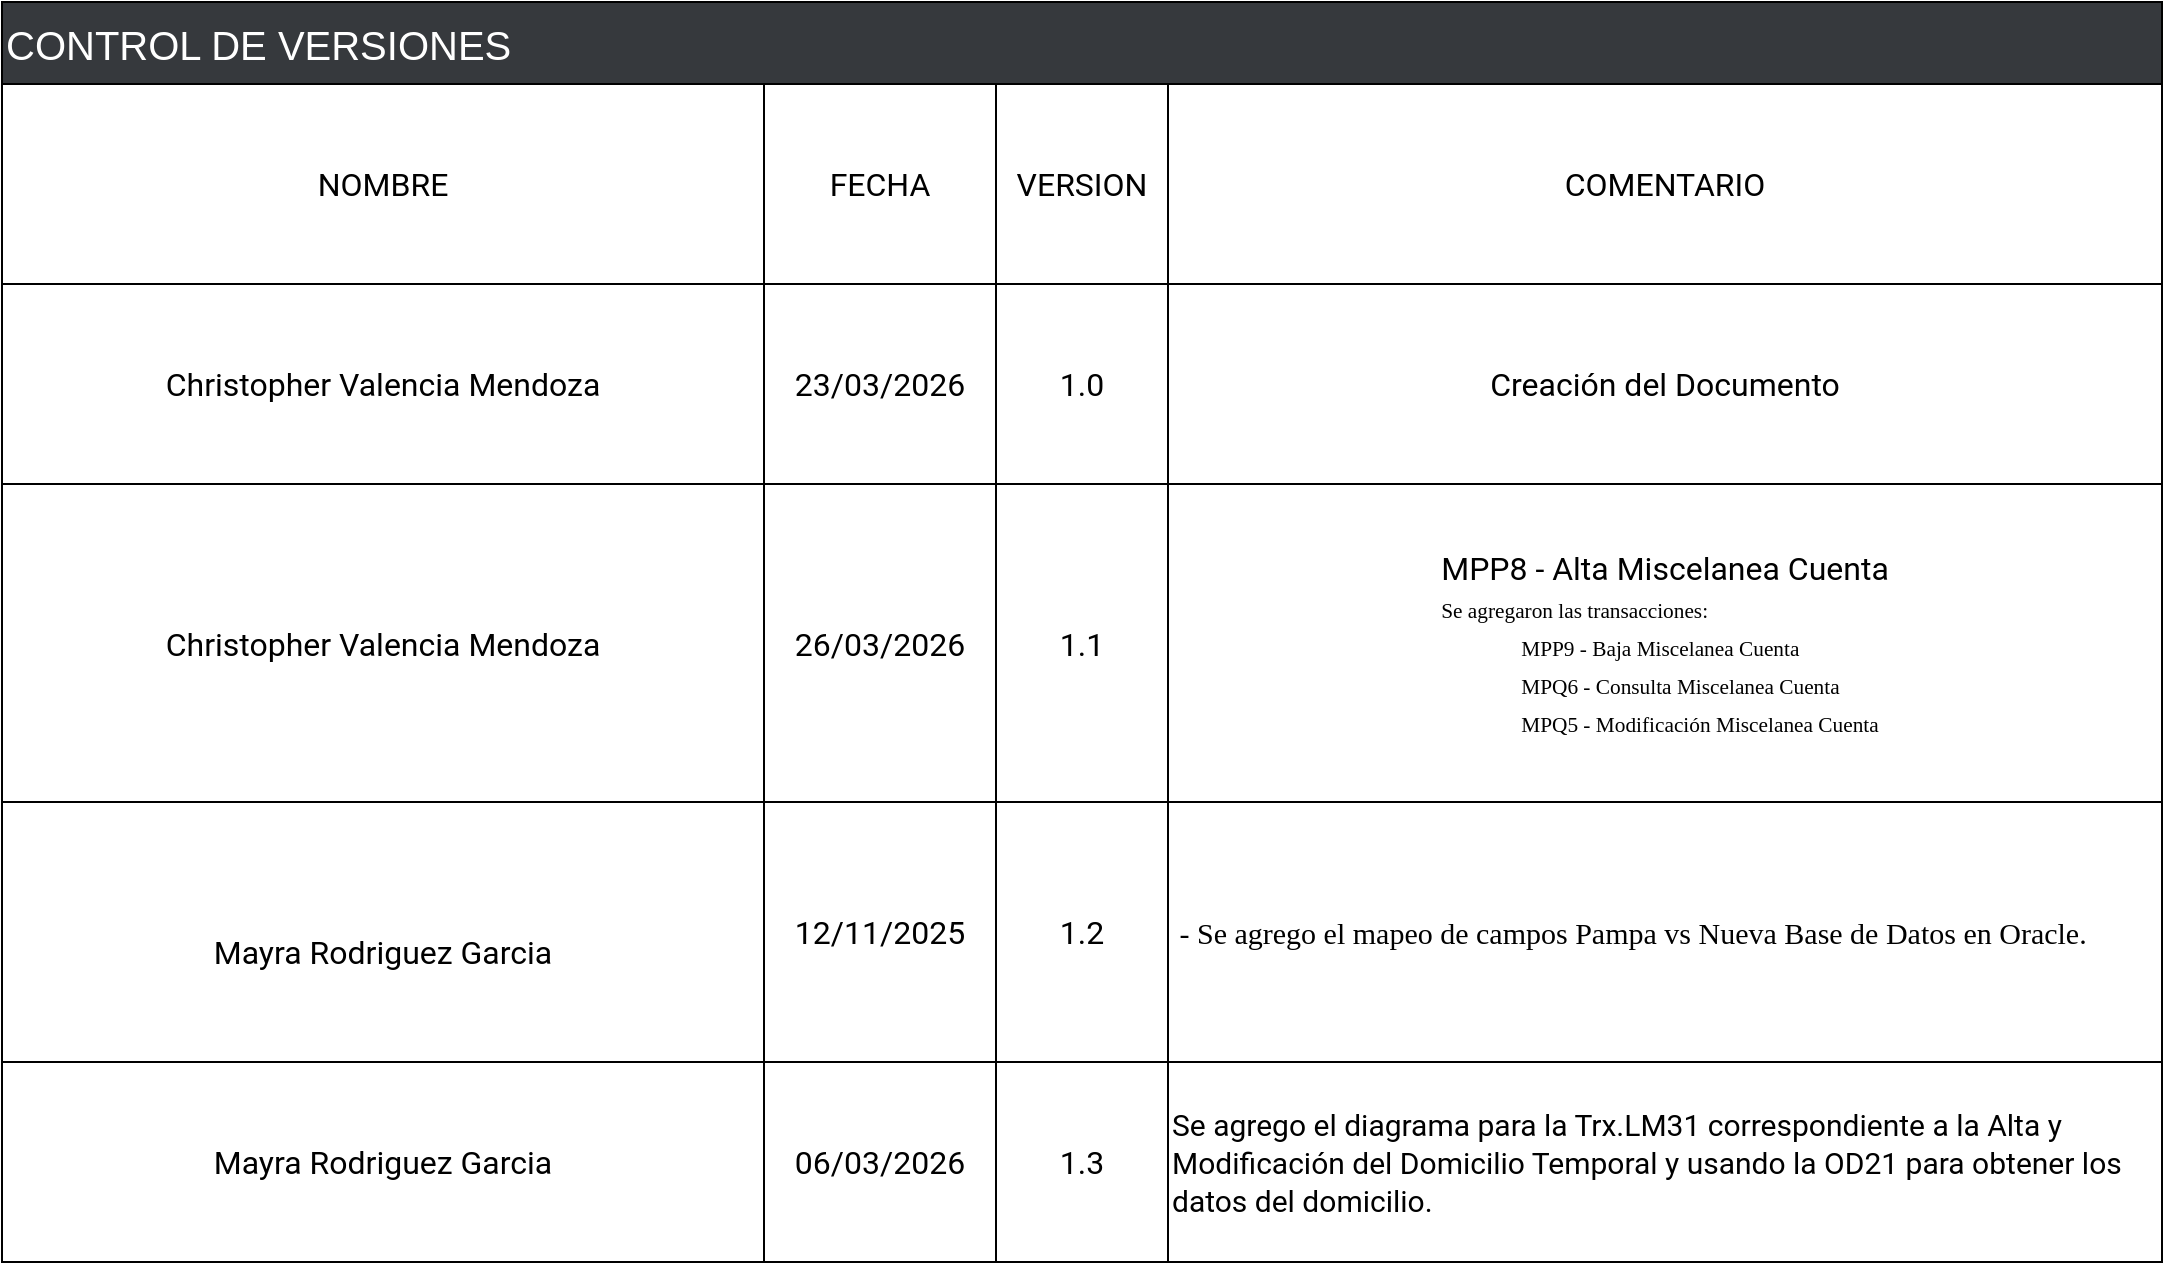
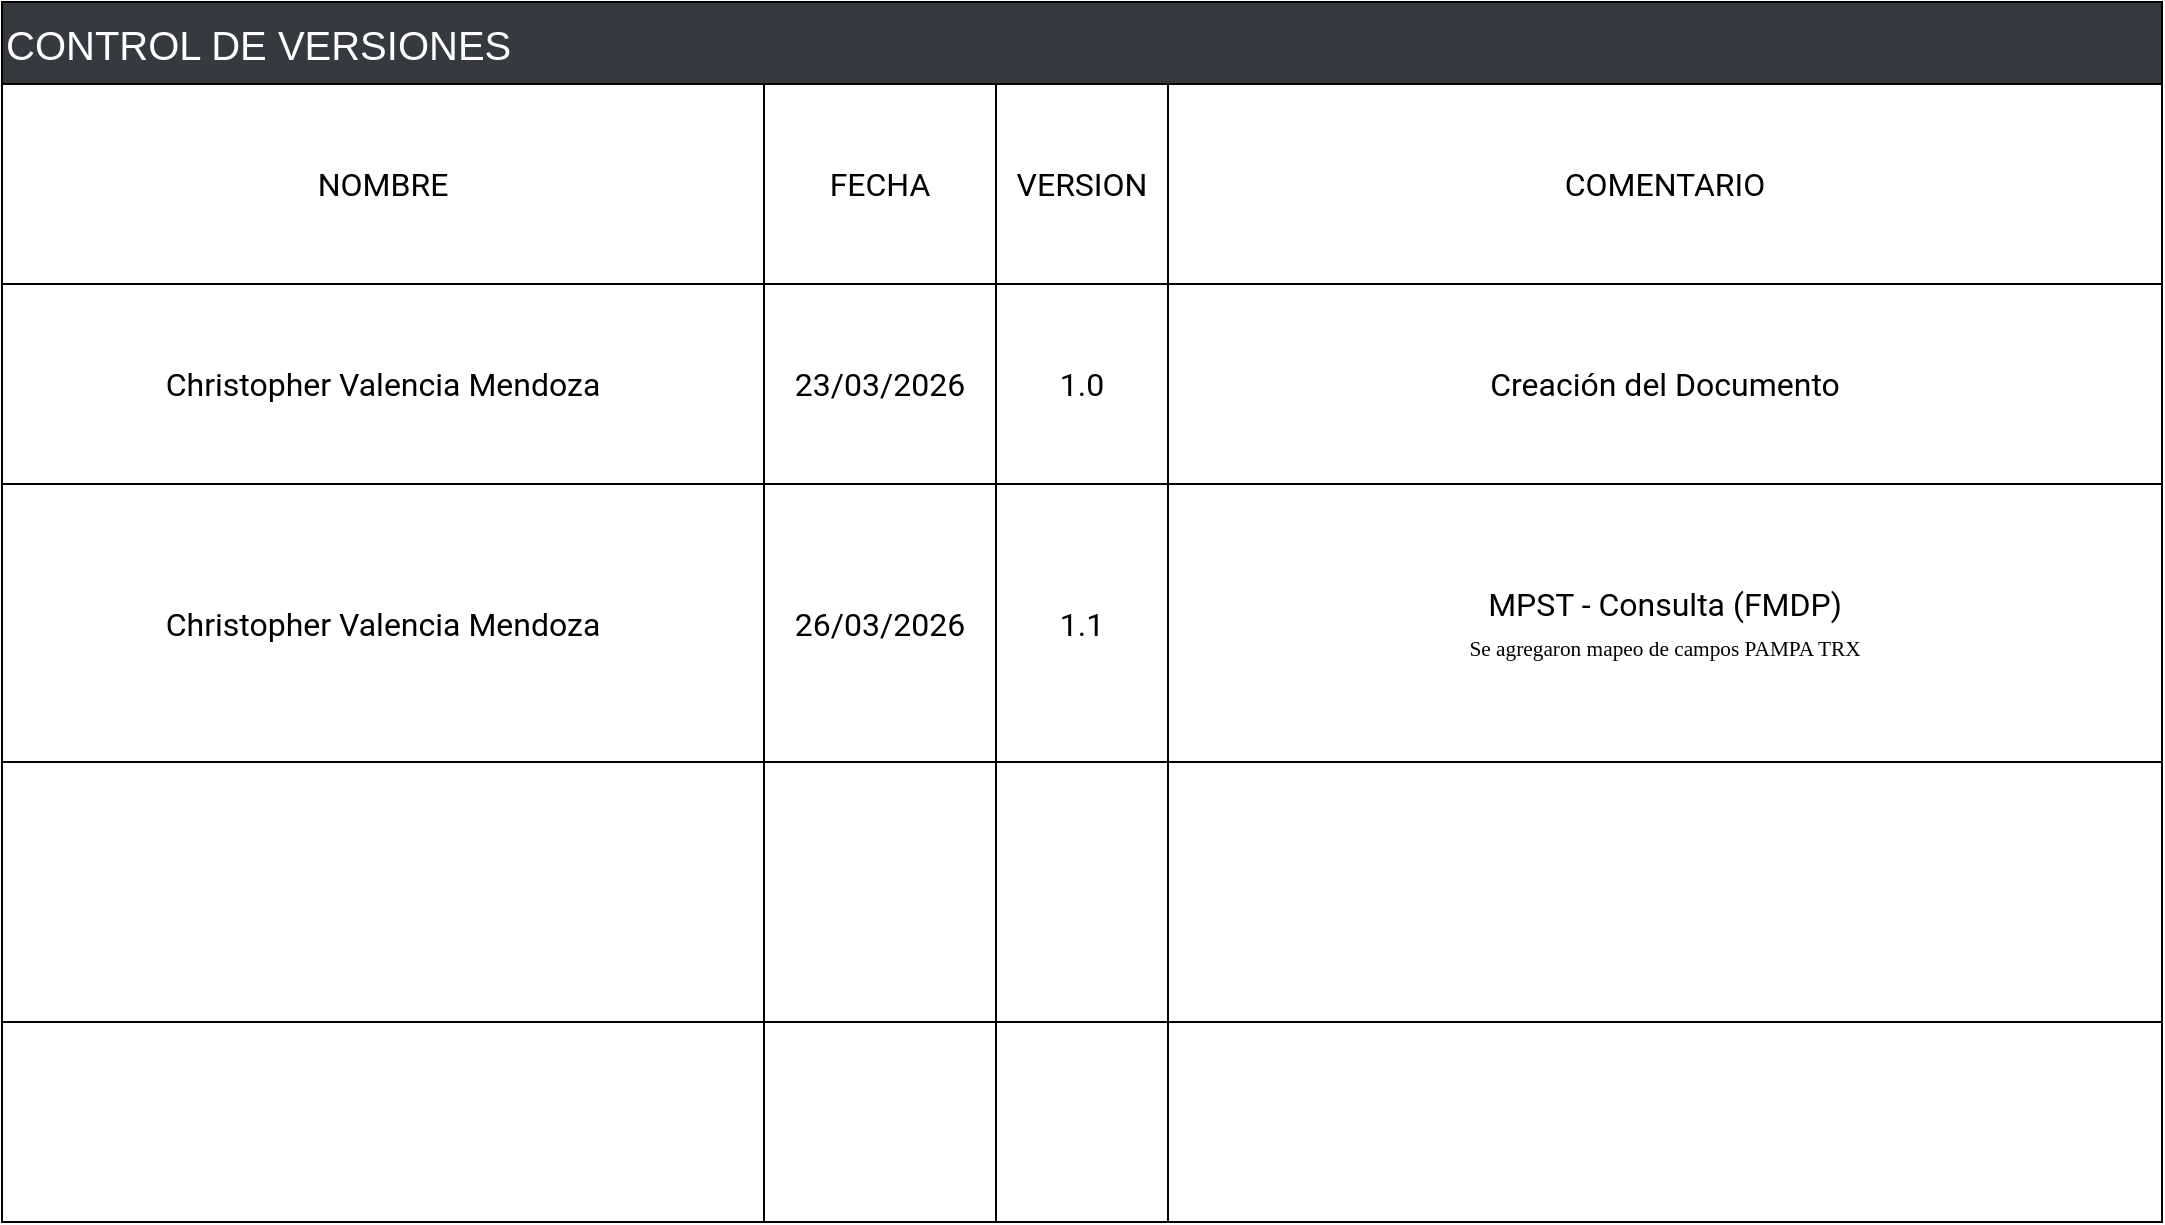
<mxfile host="app.diagrams.net" agent="Mozilla/5.0 (Windows NT 10.0; Win64; x64) AppleWebKit/537.36 (KHTML, like Gecko) Chrome/146.0.0.0 Safari/537.36">
-   <diagram name="Página-1" id="HULUK8qOnNXnypZfuoQ4">
-     <mxGraphModel dx="1086" dy="700" grid="1" gridSize="10" guides="1" tooltips="1" connect="1" arrows="1" fold="1" page="1" pageScale="1" pageWidth="827" pageHeight="1169" math="0" shadow="0">
+   <diagram name="Versiones" id="HULUK8qOnNXnypZfuoQ4">
+     <mxGraphModel dx="1689" dy="1089" grid="1" gridSize="10" guides="1" tooltips="1" connect="1" arrows="1" fold="1" page="1" pageScale="1" pageWidth="827" pageHeight="1169" math="0" shadow="0">
      <root>
        <mxCell id="0" />
        <mxCell id="1" parent="0" />
-         <mxCell id="07AL33FNX4EDTWu7AP5l-1" parent="1" style="shape=table;startSize=0;container=1;collapsible=0;childLayout=tableLayout;fontFamily=Roboto;fontSource=https://fonts.googleapis.com/css?family=Roboto;fontSize=16;strokeWidth=1;align=center;" value="" vertex="1">
-           <mxGeometry height="589" width="1080" x="200" y="311" as="geometry" />
+         <mxCell id="y2acqTd-wGvLK-dVM78y-1" parent="1" style="shape=table;startSize=0;container=1;collapsible=0;childLayout=tableLayout;fontFamily=Roboto;fontSource=https://fonts.googleapis.com/css?family=Roboto;fontSize=16;strokeWidth=1;align=center;" value="" vertex="1">
+           <mxGeometry height="568.9999999999998" width="1080" x="300" y="311" as="geometry" />
        </mxCell>
-         <mxCell id="07AL33FNX4EDTWu7AP5l-2" parent="07AL33FNX4EDTWu7AP5l-1" style="shape=partialRectangle;collapsible=0;dropTarget=0;pointerEvents=0;fillColor=none;top=0;left=0;bottom=0;right=0;points=[[0,0.5],[1,0.5]];portConstraint=eastwest;fontFamily=Roboto;fontSource=https://fonts.googleapis.com/css?family=Roboto;fontSize=16;strokeWidth=1;" value="" vertex="1">
+         <mxCell id="y2acqTd-wGvLK-dVM78y-2" parent="y2acqTd-wGvLK-dVM78y-1" style="shape=partialRectangle;collapsible=0;dropTarget=0;pointerEvents=0;fillColor=none;top=0;left=0;bottom=0;right=0;points=[[0,0.5],[1,0.5]];portConstraint=eastwest;fontFamily=Roboto;fontSource=https://fonts.googleapis.com/css?family=Roboto;fontSize=16;strokeWidth=1;" value="" vertex="1">
          <mxGeometry height="100" width="1080" as="geometry" />
        </mxCell>
-         <mxCell id="07AL33FNX4EDTWu7AP5l-3" parent="07AL33FNX4EDTWu7AP5l-2" style="shape=partialRectangle;html=1;whiteSpace=wrap;connectable=0;overflow=hidden;fillColor=none;top=0;left=0;bottom=0;right=0;pointerEvents=1;fontFamily=Roboto;fontSource=https://fonts.googleapis.com/css?family=Roboto;fontSize=16;strokeWidth=1;" value="NOMBRE" vertex="1">
+         <mxCell id="y2acqTd-wGvLK-dVM78y-3" parent="y2acqTd-wGvLK-dVM78y-2" style="shape=partialRectangle;html=1;whiteSpace=wrap;connectable=0;overflow=hidden;fillColor=none;top=0;left=0;bottom=0;right=0;pointerEvents=1;fontFamily=Roboto;fontSource=https://fonts.googleapis.com/css?family=Roboto;fontSize=16;strokeWidth=1;" value="NOMBRE" vertex="1">
          <mxGeometry height="100" width="381" as="geometry">
            <mxRectangle height="100" width="381" as="alternateBounds" />
          </mxGeometry>
        </mxCell>
-         <mxCell id="07AL33FNX4EDTWu7AP5l-4" parent="07AL33FNX4EDTWu7AP5l-2" style="shape=partialRectangle;html=1;whiteSpace=wrap;connectable=0;overflow=hidden;fillColor=none;top=0;left=0;bottom=0;right=0;pointerEvents=1;fontFamily=Roboto;fontSource=https://fonts.googleapis.com/css?family=Roboto;fontSize=16;strokeWidth=1;" value="FECHA" vertex="1">
+         <mxCell id="y2acqTd-wGvLK-dVM78y-4" parent="y2acqTd-wGvLK-dVM78y-2" style="shape=partialRectangle;html=1;whiteSpace=wrap;connectable=0;overflow=hidden;fillColor=none;top=0;left=0;bottom=0;right=0;pointerEvents=1;fontFamily=Roboto;fontSource=https://fonts.googleapis.com/css?family=Roboto;fontSize=16;strokeWidth=1;" value="FECHA" vertex="1">
          <mxGeometry height="100" width="116" x="381" as="geometry">
            <mxRectangle height="100" width="116" as="alternateBounds" />
          </mxGeometry>
        </mxCell>
-         <mxCell id="07AL33FNX4EDTWu7AP5l-5" parent="07AL33FNX4EDTWu7AP5l-2" style="shape=partialRectangle;html=1;whiteSpace=wrap;connectable=0;overflow=hidden;fillColor=none;top=0;left=0;bottom=0;right=0;pointerEvents=1;fontFamily=Roboto;fontSource=https://fonts.googleapis.com/css?family=Roboto;fontSize=16;strokeWidth=1;" value="VERSION" vertex="1">
+         <mxCell id="y2acqTd-wGvLK-dVM78y-5" parent="y2acqTd-wGvLK-dVM78y-2" style="shape=partialRectangle;html=1;whiteSpace=wrap;connectable=0;overflow=hidden;fillColor=none;top=0;left=0;bottom=0;right=0;pointerEvents=1;fontFamily=Roboto;fontSource=https://fonts.googleapis.com/css?family=Roboto;fontSize=16;strokeWidth=1;" value="VERSION" vertex="1">
          <mxGeometry height="100" width="86" x="497" as="geometry">
            <mxRectangle height="100" width="86" as="alternateBounds" />
          </mxGeometry>
        </mxCell>
-         <mxCell id="07AL33FNX4EDTWu7AP5l-6" parent="07AL33FNX4EDTWu7AP5l-2" style="shape=partialRectangle;html=1;whiteSpace=wrap;connectable=0;overflow=hidden;fillColor=none;top=0;left=0;bottom=0;right=0;pointerEvents=1;fontFamily=Roboto;fontSource=https://fonts.googleapis.com/css?family=Roboto;fontSize=16;strokeWidth=1;" value="COMENTARIO" vertex="1">
+         <mxCell id="y2acqTd-wGvLK-dVM78y-6" parent="y2acqTd-wGvLK-dVM78y-2" style="shape=partialRectangle;html=1;whiteSpace=wrap;connectable=0;overflow=hidden;fillColor=none;top=0;left=0;bottom=0;right=0;pointerEvents=1;fontFamily=Roboto;fontSource=https://fonts.googleapis.com/css?family=Roboto;fontSize=16;strokeWidth=1;" value="COMENTARIO" vertex="1">
          <mxGeometry height="100" width="497" x="583" as="geometry">
            <mxRectangle height="100" width="497" as="alternateBounds" />
          </mxGeometry>
        </mxCell>
-         <mxCell id="07AL33FNX4EDTWu7AP5l-7" parent="07AL33FNX4EDTWu7AP5l-1" style="shape=partialRectangle;collapsible=0;dropTarget=0;pointerEvents=0;fillColor=none;top=0;left=0;bottom=0;right=0;points=[[0,0.5],[1,0.5]];portConstraint=eastwest;fontFamily=Roboto;fontSource=https://fonts.googleapis.com/css?family=Roboto;fontSize=16;strokeWidth=1;align=center;" value="" vertex="1">
+         <mxCell id="y2acqTd-wGvLK-dVM78y-7" parent="y2acqTd-wGvLK-dVM78y-1" style="shape=partialRectangle;collapsible=0;dropTarget=0;pointerEvents=0;fillColor=none;top=0;left=0;bottom=0;right=0;points=[[0,0.5],[1,0.5]];portConstraint=eastwest;fontFamily=Roboto;fontSource=https://fonts.googleapis.com/css?family=Roboto;fontSize=16;strokeWidth=1;align=center;" value="" vertex="1">
          <mxGeometry height="100" width="1080" y="100" as="geometry" />
        </mxCell>
-         <mxCell id="07AL33FNX4EDTWu7AP5l-8" parent="07AL33FNX4EDTWu7AP5l-7" style="shape=partialRectangle;html=1;whiteSpace=wrap;connectable=0;overflow=hidden;fillColor=none;top=0;left=0;bottom=0;right=0;pointerEvents=1;fontFamily=Roboto;fontSource=https://fonts.googleapis.com/css?family=Roboto;fontSize=16;strokeWidth=1;" value="Christopher Valencia Mendoza" vertex="1">
+         <mxCell id="y2acqTd-wGvLK-dVM78y-8" parent="y2acqTd-wGvLK-dVM78y-7" style="shape=partialRectangle;html=1;whiteSpace=wrap;connectable=0;overflow=hidden;fillColor=none;top=0;left=0;bottom=0;right=0;pointerEvents=1;fontFamily=Roboto;fontSource=https://fonts.googleapis.com/css?family=Roboto;fontSize=16;strokeWidth=1;" value="Christopher Valencia Mendoza" vertex="1">
          <mxGeometry height="100" width="381" as="geometry">
            <mxRectangle height="100" width="381" as="alternateBounds" />
          </mxGeometry>
        </mxCell>
-         <mxCell id="07AL33FNX4EDTWu7AP5l-9" parent="07AL33FNX4EDTWu7AP5l-7" style="shape=partialRectangle;html=1;whiteSpace=wrap;connectable=0;overflow=hidden;fillColor=none;top=0;left=0;bottom=0;right=0;pointerEvents=1;fontFamily=Roboto;fontSource=https://fonts.googleapis.com/css?family=Roboto;fontSize=16;strokeWidth=1;" value="23/03/2026" vertex="1">
+         <mxCell id="y2acqTd-wGvLK-dVM78y-9" parent="y2acqTd-wGvLK-dVM78y-7" style="shape=partialRectangle;html=1;whiteSpace=wrap;connectable=0;overflow=hidden;fillColor=none;top=0;left=0;bottom=0;right=0;pointerEvents=1;fontFamily=Roboto;fontSource=https://fonts.googleapis.com/css?family=Roboto;fontSize=16;strokeWidth=1;" value="23/03/2026" vertex="1">
          <mxGeometry height="100" width="116" x="381" as="geometry">
            <mxRectangle height="100" width="116" as="alternateBounds" />
          </mxGeometry>
        </mxCell>
-         <mxCell id="07AL33FNX4EDTWu7AP5l-10" parent="07AL33FNX4EDTWu7AP5l-7" style="shape=partialRectangle;html=1;whiteSpace=wrap;connectable=0;overflow=hidden;fillColor=none;top=0;left=0;bottom=0;right=0;pointerEvents=1;fontFamily=Roboto;fontSource=https://fonts.googleapis.com/css?family=Roboto;fontSize=16;strokeWidth=1;" value="1.0" vertex="1">
+         <mxCell id="y2acqTd-wGvLK-dVM78y-10" parent="y2acqTd-wGvLK-dVM78y-7" style="shape=partialRectangle;html=1;whiteSpace=wrap;connectable=0;overflow=hidden;fillColor=none;top=0;left=0;bottom=0;right=0;pointerEvents=1;fontFamily=Roboto;fontSource=https://fonts.googleapis.com/css?family=Roboto;fontSize=16;strokeWidth=1;" value="1.0" vertex="1">
          <mxGeometry height="100" width="86" x="497" as="geometry">
            <mxRectangle height="100" width="86" as="alternateBounds" />
          </mxGeometry>
        </mxCell>
-         <mxCell id="07AL33FNX4EDTWu7AP5l-11" parent="07AL33FNX4EDTWu7AP5l-7" style="shape=partialRectangle;html=1;whiteSpace=wrap;connectable=0;overflow=hidden;fillColor=none;top=0;left=0;bottom=0;right=0;pointerEvents=1;fontFamily=Roboto;fontSource=https://fonts.googleapis.com/css?family=Roboto;fontSize=16;strokeWidth=1;align=center;" value="Creación del Documento" vertex="1">
+         <mxCell id="y2acqTd-wGvLK-dVM78y-11" parent="y2acqTd-wGvLK-dVM78y-7" style="shape=partialRectangle;html=1;whiteSpace=wrap;connectable=0;overflow=hidden;fillColor=none;top=0;left=0;bottom=0;right=0;pointerEvents=1;fontFamily=Roboto;fontSource=https://fonts.googleapis.com/css?family=Roboto;fontSize=16;strokeWidth=1;align=center;" value="Creación del Documento" vertex="1">
          <mxGeometry height="100" width="497" x="583" as="geometry">
            <mxRectangle height="100" width="497" as="alternateBounds" />
          </mxGeometry>
        </mxCell>
-         <mxCell id="07AL33FNX4EDTWu7AP5l-12" parent="07AL33FNX4EDTWu7AP5l-1" style="shape=partialRectangle;collapsible=0;dropTarget=0;pointerEvents=0;fillColor=none;top=0;left=0;bottom=0;right=0;points=[[0,0.5],[1,0.5]];portConstraint=eastwest;fontFamily=Roboto;fontSource=https://fonts.googleapis.com/css?family=Roboto;fontSize=16;strokeWidth=1;" value="" vertex="1">
-           <mxGeometry height="159" width="1080" y="200" as="geometry" />
+         <mxCell id="y2acqTd-wGvLK-dVM78y-12" parent="y2acqTd-wGvLK-dVM78y-1" style="shape=partialRectangle;collapsible=0;dropTarget=0;pointerEvents=0;fillColor=none;top=0;left=0;bottom=0;right=0;points=[[0,0.5],[1,0.5]];portConstraint=eastwest;fontFamily=Roboto;fontSource=https://fonts.googleapis.com/css?family=Roboto;fontSize=16;strokeWidth=1;" value="" vertex="1">
+           <mxGeometry height="139" width="1080" y="200" as="geometry" />
        </mxCell>
-         <mxCell id="07AL33FNX4EDTWu7AP5l-13" parent="07AL33FNX4EDTWu7AP5l-12" style="shape=partialRectangle;html=1;whiteSpace=wrap;connectable=0;overflow=hidden;fillColor=none;top=0;left=0;bottom=0;right=0;pointerEvents=1;fontFamily=Roboto;fontSource=https://fonts.googleapis.com/css?family=Roboto;fontSize=16;strokeWidth=1;" value="Christopher Valencia Mendoza" vertex="1">
-           <mxGeometry height="159" width="381" as="geometry">
-             <mxRectangle height="159" width="381" as="alternateBounds" />
+         <mxCell id="y2acqTd-wGvLK-dVM78y-13" parent="y2acqTd-wGvLK-dVM78y-12" style="shape=partialRectangle;html=1;whiteSpace=wrap;connectable=0;overflow=hidden;fillColor=none;top=0;left=0;bottom=0;right=0;pointerEvents=1;fontFamily=Roboto;fontSource=https://fonts.googleapis.com/css?family=Roboto;fontSize=16;strokeWidth=1;" value="Christopher Valencia Mendoza" vertex="1">
+           <mxGeometry height="139" width="381" as="geometry">
+             <mxRectangle height="139" width="381" as="alternateBounds" />
          </mxGeometry>
        </mxCell>
-         <mxCell id="07AL33FNX4EDTWu7AP5l-14" parent="07AL33FNX4EDTWu7AP5l-12" style="shape=partialRectangle;html=1;whiteSpace=wrap;connectable=0;overflow=hidden;fillColor=none;top=0;left=0;bottom=0;right=0;pointerEvents=1;fontFamily=Roboto;fontSource=https://fonts.googleapis.com/css?family=Roboto;fontSize=16;strokeWidth=1;" value="26/03/2026" vertex="1">
-           <mxGeometry height="159" width="116" x="381" as="geometry">
-             <mxRectangle height="159" width="116" as="alternateBounds" />
+         <mxCell id="y2acqTd-wGvLK-dVM78y-14" parent="y2acqTd-wGvLK-dVM78y-12" style="shape=partialRectangle;html=1;whiteSpace=wrap;connectable=0;overflow=hidden;fillColor=none;top=0;left=0;bottom=0;right=0;pointerEvents=1;fontFamily=Roboto;fontSource=https://fonts.googleapis.com/css?family=Roboto;fontSize=16;strokeWidth=1;" value="26/03/2026" vertex="1">
+           <mxGeometry height="139" width="116" x="381" as="geometry">
+             <mxRectangle height="139" width="116" as="alternateBounds" />
          </mxGeometry>
        </mxCell>
-         <mxCell id="07AL33FNX4EDTWu7AP5l-15" parent="07AL33FNX4EDTWu7AP5l-12" style="shape=partialRectangle;html=1;whiteSpace=wrap;connectable=0;overflow=hidden;fillColor=none;top=0;left=0;bottom=0;right=0;pointerEvents=1;fontFamily=Roboto;fontSource=https://fonts.googleapis.com/css?family=Roboto;fontSize=16;strokeWidth=1;" value="1.1" vertex="1">
-           <mxGeometry height="159" width="86" x="497" as="geometry">
-             <mxRectangle height="159" width="86" as="alternateBounds" />
+         <mxCell id="y2acqTd-wGvLK-dVM78y-15" parent="y2acqTd-wGvLK-dVM78y-12" style="shape=partialRectangle;html=1;whiteSpace=wrap;connectable=0;overflow=hidden;fillColor=none;top=0;left=0;bottom=0;right=0;pointerEvents=1;fontFamily=Roboto;fontSource=https://fonts.googleapis.com/css?family=Roboto;fontSize=16;strokeWidth=1;" value="1.1" vertex="1">
+           <mxGeometry height="139" width="86" x="497" as="geometry">
+             <mxRectangle height="139" width="86" as="alternateBounds" />
          </mxGeometry>
        </mxCell>
-         <mxCell id="07AL33FNX4EDTWu7AP5l-16" parent="07AL33FNX4EDTWu7AP5l-12" style="shape=partialRectangle;html=1;whiteSpace=wrap;connectable=0;overflow=hidden;fillColor=none;top=0;left=0;bottom=0;right=0;pointerEvents=1;fontFamily=Roboto;fontSource=https://fonts.googleapis.com/css?family=Roboto;fontSize=16;strokeWidth=1;align=center;" value="&lt;div style=&quot;&quot;&gt;&lt;font&gt;&lt;span style=&quot;background-color: transparent; color: light-dark(rgb(0, 0, 0), rgb(255, 255, 255));&quot;&gt;MPP8 - Alta Miscelanea Cuenta&lt;/span&gt;&lt;/font&gt;&lt;/div&gt;&lt;div style=&quot;text-align: start;&quot;&gt;&lt;font face=&quot;Calibri&quot;&gt;&lt;span style=&quot;font-size: 10.6667px; white-space-collapse: preserve; background-color: rgb(255, 255, 255);&quot;&gt;Se agregaron las transacciones:&lt;/span&gt;&lt;/font&gt;&lt;/div&gt;&lt;blockquote style=&quot;margin: 0 0 0 40px; border: none; padding: 0px;&quot;&gt;&lt;div style=&quot;text-align: start;&quot;&gt;&lt;font face=&quot;Calibri&quot;&gt;&lt;span style=&quot;font-size: 10.6667px; white-space-collapse: preserve; background-color: rgb(255, 255, 255);&quot;&gt;MPP9 - Baja Miscelanea Cuenta&lt;/span&gt;&lt;/font&gt;&lt;/div&gt;&lt;div style=&quot;text-align: start;&quot;&gt;&lt;font face=&quot;Calibri&quot;&gt;&lt;span style=&quot;font-size: 10.6667px; white-space-collapse: preserve; background-color: rgb(255, 255, 255);&quot;&gt;MPQ6 - Consulta &lt;/span&gt;&lt;/font&gt;&lt;span style=&quot;background-color: rgb(255, 255, 255); font-family: Calibri; font-size: 10.6667px; white-space-collapse: preserve; color: light-dark(rgb(0, 0, 0), rgb(255, 255, 255));&quot;&gt;Miscelanea Cuenta&lt;/span&gt;&lt;/div&gt;&lt;div style=&quot;text-align: start;&quot;&gt;&lt;span style=&quot;background-color: rgb(255, 255, 255); font-family: Calibri; font-size: 10.6667px; white-space-collapse: preserve; color: light-dark(rgb(0, 0, 0), rgb(255, 255, 255));&quot;&gt;MPQ5 - Modificación &lt;/span&gt;&lt;span style=&quot;background-color: rgb(255, 255, 255); font-family: Calibri; font-size: 10.6667px; white-space-collapse: preserve; color: light-dark(rgb(0, 0, 0), rgb(255, 255, 255));&quot;&gt;Miscelanea Cuenta&lt;/span&gt;&lt;/div&gt;&lt;/blockquote&gt;" vertex="1">
-           <mxGeometry height="159" width="497" x="583" as="geometry">
-             <mxRectangle height="159" width="497" as="alternateBounds" />
+         <mxCell id="y2acqTd-wGvLK-dVM78y-16" parent="y2acqTd-wGvLK-dVM78y-12" style="shape=partialRectangle;html=1;whiteSpace=wrap;connectable=0;overflow=hidden;fillColor=none;top=0;left=0;bottom=0;right=0;pointerEvents=1;fontFamily=Roboto;fontSource=https://fonts.googleapis.com/css?family=Roboto;fontSize=16;strokeWidth=1;align=center;" value="&lt;div style=&quot;&quot;&gt;&lt;font&gt;&lt;span style=&quot;background-color: transparent; color: light-dark(rgb(0, 0, 0), rgb(255, 255, 255));&quot;&gt;MPST - Consulta (FMDP)&lt;/span&gt;&lt;/font&gt;&lt;/div&gt;&lt;div style=&quot;text-align: start;&quot;&gt;&lt;font face=&quot;Calibri&quot;&gt;&lt;span style=&quot;font-size: 10.6667px; white-space-collapse: preserve; background-color: rgb(255, 255, 255);&quot;&gt;Se agregaron mapeo de campos PAMPA TRX&lt;/span&gt;&lt;/font&gt;&lt;/div&gt;" vertex="1">
+           <mxGeometry height="139" width="497" x="583" as="geometry">
+             <mxRectangle height="139" width="497" as="alternateBounds" />
          </mxGeometry>
        </mxCell>
-         <mxCell id="07AL33FNX4EDTWu7AP5l-17" parent="07AL33FNX4EDTWu7AP5l-1" style="shape=partialRectangle;collapsible=0;dropTarget=0;pointerEvents=0;fillColor=none;top=0;left=0;bottom=0;right=0;points=[[0,0.5],[1,0.5]];portConstraint=eastwest;fontFamily=Calibri;fontSize=16;strokeWidth=1;labelBackgroundColor=none;fontColor=default;" vertex="1">
-           <mxGeometry height="130" width="1080" y="359" as="geometry" />
+         <mxCell id="y2acqTd-wGvLK-dVM78y-17" parent="y2acqTd-wGvLK-dVM78y-1" style="shape=partialRectangle;collapsible=0;dropTarget=0;pointerEvents=0;fillColor=none;top=0;left=0;bottom=0;right=0;points=[[0,0.5],[1,0.5]];portConstraint=eastwest;fontFamily=Calibri;fontSize=16;strokeWidth=1;labelBackgroundColor=none;fontColor=default;" vertex="1">
+           <mxGeometry height="130" width="1080" y="339" as="geometry" />
        </mxCell>
-         <mxCell id="07AL33FNX4EDTWu7AP5l-18" parent="07AL33FNX4EDTWu7AP5l-17" style="shape=partialRectangle;html=1;whiteSpace=wrap;connectable=0;overflow=hidden;fillColor=none;top=0;left=0;bottom=0;right=0;pointerEvents=1;fontFamily=Roboto;fontSource=https://fonts.googleapis.com/css?family=Roboto;fontSize=16;strokeWidth=1;" value="&lt;span&gt;&lt;span&gt;&lt;br&gt;&lt;span style=&quot;color: rgb(0, 0, 0); font-family: Roboto; font-size: 16px; font-style: normal; font-variant-ligatures: normal; font-variant-caps: normal; font-weight: 400; letter-spacing: normal; orphans: 2; text-align: center; text-indent: 0px; text-transform: none; widows: 2; word-spacing: 0px; -webkit-text-stroke-width: 0px; white-space: normal; text-decoration-thickness: initial; text-decoration-style: initial; text-decoration-color: initial; float: none; display: inline !important;&quot;&gt;Mayra Rodriguez Garcia&lt;/span&gt;&lt;/span&gt;&lt;br&gt;&lt;/span&gt;" vertex="1">
+         <mxCell id="y2acqTd-wGvLK-dVM78y-18" parent="y2acqTd-wGvLK-dVM78y-17" style="shape=partialRectangle;html=1;whiteSpace=wrap;connectable=0;overflow=hidden;fillColor=none;top=0;left=0;bottom=0;right=0;pointerEvents=1;fontFamily=Roboto;fontSource=https://fonts.googleapis.com/css?family=Roboto;fontSize=16;strokeWidth=1;" value="&lt;span&gt;&lt;br&gt;&lt;/span&gt;" vertex="1">
          <mxGeometry height="130" width="381" as="geometry">
            <mxRectangle height="130" width="381" as="alternateBounds" />
          </mxGeometry>
        </mxCell>
-         <mxCell id="07AL33FNX4EDTWu7AP5l-19" parent="07AL33FNX4EDTWu7AP5l-17" style="shape=partialRectangle;html=1;whiteSpace=wrap;connectable=0;overflow=hidden;fillColor=none;top=0;left=0;bottom=0;right=0;pointerEvents=1;fontFamily=Roboto;fontSource=https://fonts.googleapis.com/css?family=Roboto;fontSize=16;strokeWidth=1;" value="12/11/2025" vertex="1">
+         <mxCell id="y2acqTd-wGvLK-dVM78y-19" parent="y2acqTd-wGvLK-dVM78y-17" style="shape=partialRectangle;html=1;whiteSpace=wrap;connectable=0;overflow=hidden;fillColor=none;top=0;left=0;bottom=0;right=0;pointerEvents=1;fontFamily=Roboto;fontSource=https://fonts.googleapis.com/css?family=Roboto;fontSize=16;strokeWidth=1;" value="" vertex="1">
          <mxGeometry height="130" width="116" x="381" as="geometry">
            <mxRectangle height="130" width="116" as="alternateBounds" />
          </mxGeometry>
        </mxCell>
-         <mxCell id="07AL33FNX4EDTWu7AP5l-20" parent="07AL33FNX4EDTWu7AP5l-17" style="shape=partialRectangle;html=1;whiteSpace=wrap;connectable=0;overflow=hidden;fillColor=none;top=0;left=0;bottom=0;right=0;pointerEvents=1;fontFamily=Roboto;fontSource=https://fonts.googleapis.com/css?family=Roboto;fontSize=16;strokeWidth=1;" value="1.2" vertex="1">
+         <mxCell id="y2acqTd-wGvLK-dVM78y-20" parent="y2acqTd-wGvLK-dVM78y-17" style="shape=partialRectangle;html=1;whiteSpace=wrap;connectable=0;overflow=hidden;fillColor=none;top=0;left=0;bottom=0;right=0;pointerEvents=1;fontFamily=Roboto;fontSource=https://fonts.googleapis.com/css?family=Roboto;fontSize=16;strokeWidth=1;" value="" vertex="1">
          <mxGeometry height="130" width="86" x="497" as="geometry">
            <mxRectangle height="130" width="86" as="alternateBounds" />
          </mxGeometry>
        </mxCell>
-         <mxCell id="07AL33FNX4EDTWu7AP5l-21" parent="07AL33FNX4EDTWu7AP5l-17" style="shape=partialRectangle;html=1;whiteSpace=wrap;connectable=0;overflow=hidden;fillColor=none;top=0;left=0;bottom=0;right=0;pointerEvents=1;fontFamily=Times New Roman;fontSize=13;strokeWidth=1;align=left;" value="&lt;font style=&quot;font-size: 15px;&quot;&gt;&amp;nbsp;- Se agrego el mapeo de campos Pampa vs Nueva Base de Datos en Oracle.&lt;/font&gt;" vertex="1">
+         <mxCell id="y2acqTd-wGvLK-dVM78y-21" parent="y2acqTd-wGvLK-dVM78y-17" style="shape=partialRectangle;html=1;whiteSpace=wrap;connectable=0;overflow=hidden;fillColor=none;top=0;left=0;bottom=0;right=0;pointerEvents=1;fontFamily=Times New Roman;fontSize=13;strokeWidth=1;align=left;" value="" vertex="1">
          <mxGeometry height="130" width="497" x="583" as="geometry">
            <mxRectangle height="130" width="497" as="alternateBounds" />
          </mxGeometry>
        </mxCell>
-         <mxCell id="07AL33FNX4EDTWu7AP5l-22" parent="07AL33FNX4EDTWu7AP5l-1" style="shape=partialRectangle;collapsible=0;dropTarget=0;pointerEvents=0;fillColor=none;top=0;left=0;bottom=0;right=0;points=[[0,0.5],[1,0.5]];portConstraint=eastwest;fontFamily=Roboto;fontSource=https://fonts.googleapis.com/css?family=Roboto;fontSize=16;strokeWidth=1;" vertex="1">
-           <mxGeometry height="100" width="1080" y="489" as="geometry" />
+         <mxCell id="y2acqTd-wGvLK-dVM78y-22" parent="y2acqTd-wGvLK-dVM78y-1" style="shape=partialRectangle;collapsible=0;dropTarget=0;pointerEvents=0;fillColor=none;top=0;left=0;bottom=0;right=0;points=[[0,0.5],[1,0.5]];portConstraint=eastwest;fontFamily=Roboto;fontSource=https://fonts.googleapis.com/css?family=Roboto;fontSize=16;strokeWidth=1;" vertex="1">
+           <mxGeometry height="100" width="1080" y="469" as="geometry" />
        </mxCell>
-         <mxCell id="07AL33FNX4EDTWu7AP5l-23" parent="07AL33FNX4EDTWu7AP5l-22" style="shape=partialRectangle;html=1;whiteSpace=wrap;connectable=0;overflow=hidden;fillColor=none;top=0;left=0;bottom=0;right=0;pointerEvents=1;fontFamily=Roboto;fontSource=https://fonts.googleapis.com/css?family=Roboto;fontSize=16;strokeWidth=1;" value="Mayra Rodriguez Garcia" vertex="1">
+         <mxCell id="y2acqTd-wGvLK-dVM78y-23" parent="y2acqTd-wGvLK-dVM78y-22" style="shape=partialRectangle;html=1;whiteSpace=wrap;connectable=0;overflow=hidden;fillColor=none;top=0;left=0;bottom=0;right=0;pointerEvents=1;fontFamily=Roboto;fontSource=https://fonts.googleapis.com/css?family=Roboto;fontSize=16;strokeWidth=1;" value="" vertex="1">
          <mxGeometry height="100" width="381" as="geometry">
            <mxRectangle height="100" width="381" as="alternateBounds" />
          </mxGeometry>
        </mxCell>
-         <mxCell id="07AL33FNX4EDTWu7AP5l-24" parent="07AL33FNX4EDTWu7AP5l-22" style="shape=partialRectangle;html=1;whiteSpace=wrap;connectable=0;overflow=hidden;fillColor=none;top=0;left=0;bottom=0;right=0;pointerEvents=1;fontFamily=Roboto;fontSource=https://fonts.googleapis.com/css?family=Roboto;fontSize=16;strokeWidth=1;" value="06/03/2026" vertex="1">
+         <mxCell id="y2acqTd-wGvLK-dVM78y-24" parent="y2acqTd-wGvLK-dVM78y-22" style="shape=partialRectangle;html=1;whiteSpace=wrap;connectable=0;overflow=hidden;fillColor=none;top=0;left=0;bottom=0;right=0;pointerEvents=1;fontFamily=Roboto;fontSource=https://fonts.googleapis.com/css?family=Roboto;fontSize=16;strokeWidth=1;" value="" vertex="1">
          <mxGeometry height="100" width="116" x="381" as="geometry">
            <mxRectangle height="100" width="116" as="alternateBounds" />
          </mxGeometry>
        </mxCell>
-         <mxCell id="07AL33FNX4EDTWu7AP5l-25" parent="07AL33FNX4EDTWu7AP5l-22" style="shape=partialRectangle;html=1;whiteSpace=wrap;connectable=0;overflow=hidden;fillColor=none;top=0;left=0;bottom=0;right=0;pointerEvents=1;fontFamily=Roboto;fontSource=https://fonts.googleapis.com/css?family=Roboto;fontSize=16;strokeWidth=1;" value="1.3" vertex="1">
+         <mxCell id="y2acqTd-wGvLK-dVM78y-25" parent="y2acqTd-wGvLK-dVM78y-22" style="shape=partialRectangle;html=1;whiteSpace=wrap;connectable=0;overflow=hidden;fillColor=none;top=0;left=0;bottom=0;right=0;pointerEvents=1;fontFamily=Roboto;fontSource=https://fonts.googleapis.com/css?family=Roboto;fontSize=16;strokeWidth=1;" value="" vertex="1">
          <mxGeometry height="100" width="86" x="497" as="geometry">
            <mxRectangle height="100" width="86" as="alternateBounds" />
          </mxGeometry>
        </mxCell>
-         <mxCell id="07AL33FNX4EDTWu7AP5l-26" parent="07AL33FNX4EDTWu7AP5l-22" style="shape=partialRectangle;html=1;whiteSpace=wrap;connectable=0;overflow=hidden;fillColor=none;top=0;left=0;bottom=0;right=0;pointerEvents=1;fontFamily=Roboto;fontSource=https://fonts.googleapis.com/css?family=Roboto;fontSize=16;strokeWidth=1;align=left;" value="&lt;font style=&quot;font-size: 15px;&quot;&gt;Se agrego el diagrama para la Trx.LM31 correspondiente a la Alta y&amp;nbsp; Modificación del Domicilio Temporal y usando la OD21 para obtener los datos del domicilio.&lt;/font&gt;" vertex="1">
+         <mxCell id="y2acqTd-wGvLK-dVM78y-26" parent="y2acqTd-wGvLK-dVM78y-22" style="shape=partialRectangle;html=1;whiteSpace=wrap;connectable=0;overflow=hidden;fillColor=none;top=0;left=0;bottom=0;right=0;pointerEvents=1;fontFamily=Roboto;fontSource=https://fonts.googleapis.com/css?family=Roboto;fontSize=16;strokeWidth=1;align=left;" value="" vertex="1">
          <mxGeometry height="100" width="497" x="583" as="geometry">
            <mxRectangle height="100" width="497" as="alternateBounds" />
          </mxGeometry>
        </mxCell>
-         <mxCell id="07AL33FNX4EDTWu7AP5l-27" parent="1" style="rounded=0;whiteSpace=wrap;html=1;fontColor=#FFFFFF;labelBackgroundColor=none;fillColor=#36393D;fontSize=20;align=left;" value="&lt;font style=&quot;font-size: 20px;&quot;&gt;CONTROL DE VERSIONES&lt;/font&gt;" vertex="1">
-           <mxGeometry height="41" width="1080" x="200" y="270" as="geometry" />
+         <mxCell id="y2acqTd-wGvLK-dVM78y-27" parent="1" style="rounded=0;whiteSpace=wrap;html=1;fontColor=#FFFFFF;labelBackgroundColor=none;fillColor=#36393D;fontSize=20;align=left;" value="&lt;font style=&quot;font-size: 20px;&quot;&gt;CONTROL DE VERSIONES&lt;/font&gt;" vertex="1">
+           <mxGeometry height="41" width="1080" x="300" y="270" as="geometry" />
        </mxCell>
      </root>
    </mxGraphModel>
  </diagram>
</mxfile>
